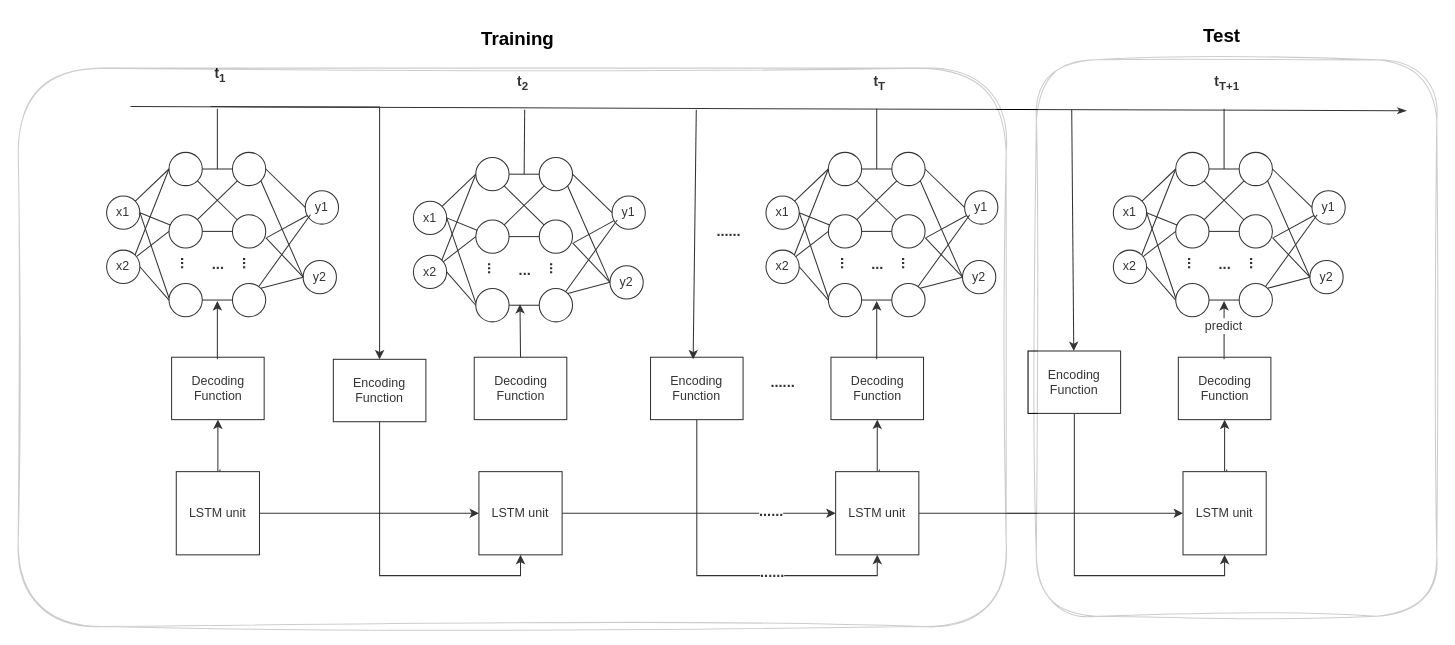
lilang0710/ll keeps this draw.io diagram as 未命名绘图.drawio. Above is the earlier version. Source tidied: cells renumbered, new cells numbered last; positions are measured from the earlier drawing's top-left corner, leaving out a move shared by most shapes. Both pictures are drawn from the tidied source at 104%, with x=0, y=0 at pixel (18, 18).
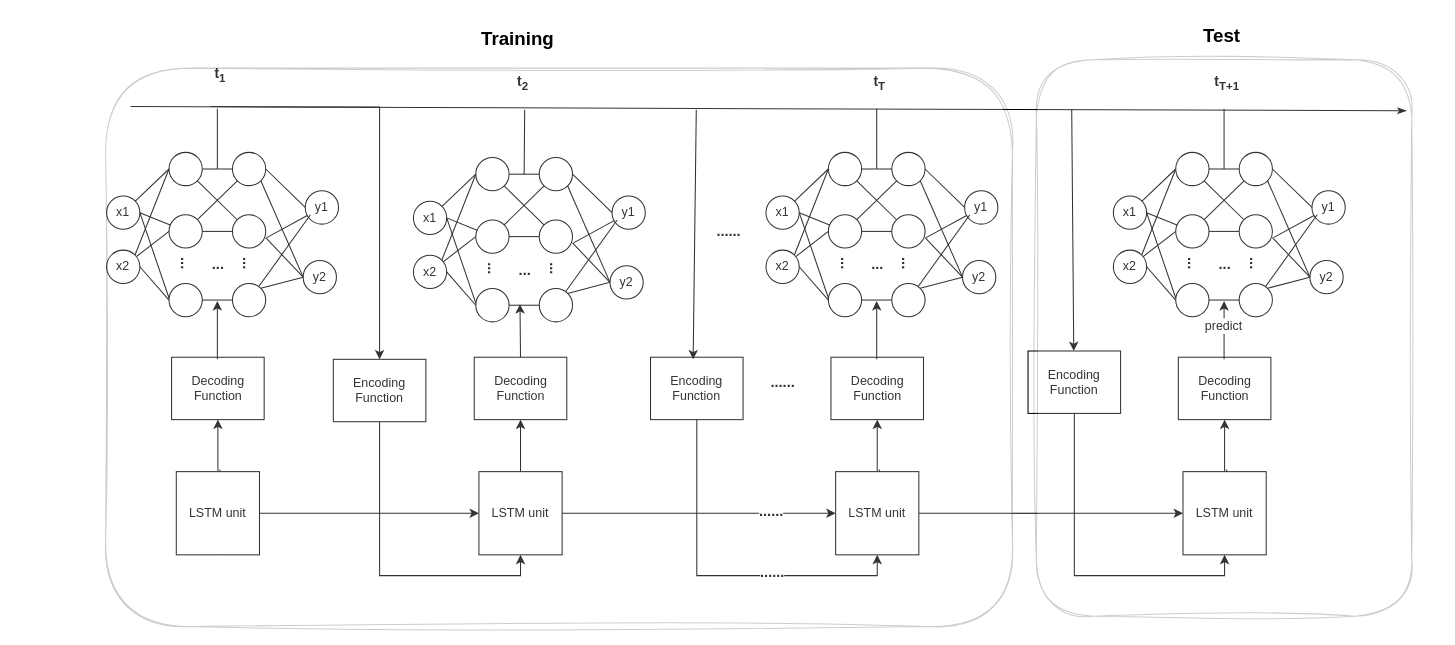
The same page after the edit.

Commit message:
更新未命名绘图.drawio

Unchanged cells that the change refers to:
```xml
<mxCell id="4" value="LSTM unit" style="whiteSpace=wrap;html=1;" parent="1" vertex="1">
  <mxGeometry x="443" y="436" width="80" height="80" as="geometry" />
</mxCell>
<mxCell id="6" value="Decoding Function" style="rounded=0;whiteSpace=wrap;html=1;" parent="1" vertex="1">
  <mxGeometry x="438.5" y="326" width="89" height="60" as="geometry" />
</mxCell>
```

Diff of the diagram source:
```diff
@@
+    <mxCell id="170" style="edgeStyle=orthogonalEdgeStyle;rounded=0;jettySize=auto;html=1;exitX=0.5;exitY=0;exitDx=0;exitDy=0;entryX=0.5;entryY=1;entryDx=0;entryDy=0;" parent="1" edge="1" source="4" target="6">
+      <mxGeometry relative="1" as="geometry" />
+    </mxCell>
@@
     <mxCell id="166" style="rounded=1;whiteSpace=wrap;html=1;sketch=1;curveFitting=1;jiggle=2;shadow=0;opacity=20;" parent="1" vertex="1">
-      <mxGeometry y="48" width="950" height="537" as="geometry" />
+      <mxGeometry x="84" y="48" width="872" height="537" as="geometry" />
     </mxCell>
     <mxCell id="167" style="rounded=1;whiteSpace=wrap;html=1;sketch=1;curveFitting=1;jiggle=2;shadow=0;opacity=20;" parent="1" vertex="1">
-      <mxGeometry x="979" y="40" width="385" height="535" as="geometry" />
+      <mxGeometry x="979" y="40" width="361" height="535" as="geometry" />
     </mxCell>
```
